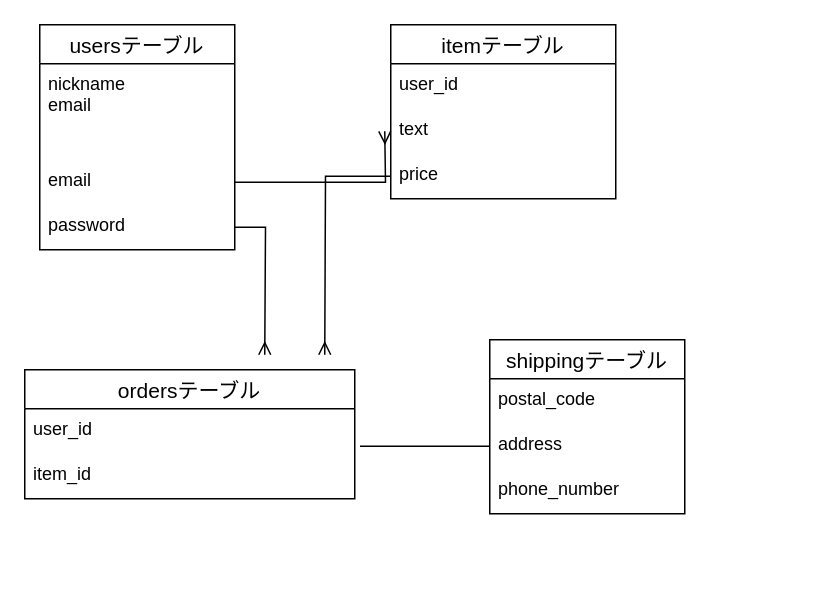
takahito1970/furima-34985 keeps this draw.io diagram as furima.dio. Above is the earlier version. Source tidied: cells renumbered, new cells numbered last; positions are measured from the earlier drawing's top-left corner, leaving out a move shared by most shapes. Both pictures are drawn from the tidied source at 150%, with x=0, y=0 at pixel (24, 24).
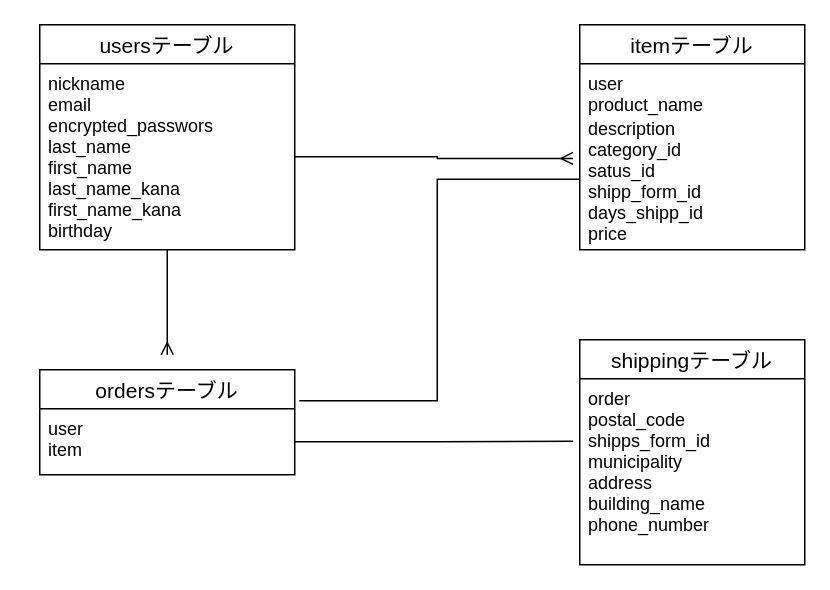
The same diagram, later.

Diff of the diagram source:
```diff
@@
     <mxCell id="2" value="ordersテーブル" style="swimlane;fontStyle=0;horizontal=1;startSize=26;align=center;fontSize=14;" parent="1" vertex="1">
-      <mxGeometry y="230" width="220" height="86" as="geometry" />
+      <mxGeometry x="10" y="230" width="170" height="70" as="geometry" />
     </mxCell>
-    <mxCell id="3" value="user_id" style="text;strokeColor=none;fillColor=none;spacingLeft=4;spacingRight=4;overflow=hidden;points=[[0,0.5],[1,0.5]];portConstraint=eastwest;fontSize=12;" parent="2" vertex="1">
-      <mxGeometry y="26" width="220" height="30" as="geometry" />
+    <mxCell id="3" value="user&#10;item" style="text;strokeColor=none;fillColor=none;spacingLeft=4;spacingRight=4;overflow=hidden;points=[[0,0.5],[1,0.5]];portConstraint=eastwest;fontSize=12;" parent="2" vertex="1">
+      <mxGeometry y="26" width="170" height="44" as="geometry" />
     </mxCell>
-    <mxCell id="4" value="item_id" style="text;strokeColor=none;fillColor=none;spacingLeft=4;spacingRight=4;overflow=hidden;fontSize=12;" parent="2" vertex="1">
-      <mxGeometry y="56" width="220" height="30" as="geometry" />
-    </mxCell>
     <mxCell id="5" value="itemテーブル" style="swimlane;fontStyle=0;horizontal=1;startSize=26;align=center;fontSize=14;" parent="1" vertex="1">
-      <mxGeometry x="244" width="150" height="116" as="geometry" />
+      <mxGeometry x="370" width="150" height="150" as="geometry" />
     </mxCell>
-    <mxCell id="6" value="user_id" style="text;strokeColor=none;fillColor=none;spacingLeft=4;spacingRight=4;overflow=hidden;fontSize=12;" parent="5" vertex="1">
+    <mxCell id="6" value="user&#10;product_name&#10;" style="text;strokeColor=none;fillColor=none;spacingLeft=4;spacingRight=4;overflow=hidden;fontSize=12;" parent="5" vertex="1">
       <mxGeometry y="26" width="150" height="30" as="geometry" />
     </mxCell>
-    <mxCell id="7" value="text" style="text;strokeColor=none;fillColor=none;spacingLeft=4;spacingRight=4;overflow=hidden;points=[[0,0.5],[1,0.5]];portConstraint=eastwest;fontSize=12;" parent="5" vertex="1">
-      <mxGeometry y="56" width="150" height="30" as="geometry" />
+    <mxCell id="7" value="description&#10;category_id&#10;satus_id&#10;shipp_form_id&#10;days_shipp_id&#10;price" style="text;strokeColor=none;fillColor=none;spacingLeft=4;spacingRight=4;overflow=hidden;points=[[0,0.5],[1,0.5]];portConstraint=eastwest;fontSize=12;" parent="5" vertex="1">
+      <mxGeometry y="56" width="150" height="94" as="geometry" />
     </mxCell>
-    <mxCell id="8" value="price" style="text;strokeColor=none;fillColor=none;spacingLeft=4;spacingRight=4;overflow=hidden;points=[[0,0.5],[1,0.5]];portConstraint=eastwest;fontSize=12;" parent="5" vertex="1">
-      <mxGeometry y="86" width="150" height="30" as="geometry" />
-    </mxCell>
     <mxCell id="9" value="shippingテーブル" style="swimlane;fontStyle=0;horizontal=1;startSize=26;align=center;fontSize=14;" parent="1" vertex="1">
-      <mxGeometry x="310" y="210" width="130" height="116" as="geometry" />
+      <mxGeometry x="370" y="210" width="150" height="150" as="geometry" />
     </mxCell>
-    <mxCell id="10" value="postal_code" style="text;strokeColor=none;fillColor=none;spacingLeft=4;spacingRight=4;overflow=hidden;points=[[0,0.5],[1,0.5]];portConstraint=eastwest;fontSize=12;" parent="9" vertex="1">
-      <mxGeometry y="26" width="130" height="30" as="geometry" />
+    <mxCell id="10" value="order&#10;postal_code&#10;shipps_form_id&#10;municipality&#10;address&#10;building_name&#10;phone_number" style="text;strokeColor=none;fillColor=none;spacingLeft=4;spacingRight=4;overflow=hidden;points=[[0,0.5],[1,0.5]];portConstraint=eastwest;fontSize=12;" parent="9" vertex="1">
+      <mxGeometry y="26" width="150" height="124" as="geometry" />
     </mxCell>
-    <mxCell id="11" value="address" style="text;strokeColor=none;fillColor=none;spacingLeft=4;spacingRight=4;overflow=hidden;points=[[0,0.5],[1,0.5]];portConstraint=eastwest;fontSize=12;" parent="9" vertex="1">
-      <mxGeometry y="56" width="130" height="30" as="geometry" />
-    </mxCell>
-    <mxCell id="12" value="phone_number" style="text;strokeColor=none;fillColor=none;spacingLeft=4;spacingRight=4;overflow=hidden;fontSize=12;" parent="9" vertex="1">
-      <mxGeometry y="86" width="130" height="30" as="geometry" />
-    </mxCell>
+    <mxCell id="21" style="edgeStyle=orthogonalEdgeStyle;rounded=0;jettySize=auto;html=1;endArrow=ERmany;endFill=0;" parent="1" edge="1" source="13">
+      <mxGeometry relative="1" as="geometry">
+        <mxPoint x="95" y="220" as="targetPoint" />
+      </mxGeometry>
+    </mxCell>
     <mxCell id="13" value="usersテーブル" style="swimlane;fontStyle=0;horizontal=1;startSize=26;align=center;fontSize=14;" parent="1" vertex="1">
-      <mxGeometry x="10" width="130" height="150" as="geometry" />
+      <mxGeometry x="10" width="170" height="150" as="geometry" />
     </mxCell>
-    <mxCell id="14" value="nickname&#10;email&#10;" style="text;strokeColor=none;fillColor=none;spacingLeft=4;spacingRight=4;overflow=hidden;points=[[0,0.5],[1,0.5]];portConstraint=eastwest;fontSize=12;" parent="13" vertex="1">
-      <mxGeometry y="26" width="130" height="64" as="geometry" />
+    <mxCell id="14" value="nickname&#10;email&#10;encrypted_passwors&#10;last_name&#10;first_name&#10;last_name_kana&#10;first_name_kana&#10;birthday&#10;&#10;" style="text;strokeColor=none;fillColor=none;spacingLeft=4;spacingRight=4;overflow=hidden;points=[[0,0.5],[1,0.5]];portConstraint=eastwest;fontSize=12;" parent="13" vertex="1">
+      <mxGeometry y="26" width="170" height="124" as="geometry" />
     </mxCell>
-    <mxCell id="15" value="email" style="text;strokeColor=none;fillColor=none;spacingLeft=4;spacingRight=4;overflow=hidden;points=[[0,0.5],[1,0.5]];portConstraint=eastwest;fontSize=12;" parent="13" vertex="1">
-      <mxGeometry y="90" width="130" height="30" as="geometry" />
-    </mxCell>
-    <mxCell id="16" value="password" style="text;strokeColor=none;fillColor=none;spacingLeft=4;spacingRight=4;overflow=hidden;points=[[0,0.5],[1,0.5]];portConstraint=eastwest;fontSize=12;" parent="13" vertex="1">
-      <mxGeometry y="120" width="130" height="30" as="geometry" />
-    </mxCell>
-    <mxCell id="17" style="edgeStyle=orthogonalEdgeStyle;rounded=0;jettySize=auto;html=1;exitX=1;exitY=0.5;exitDx=0;exitDy=0;endArrow=ERmany;endFill=0;" parent="1" edge="1" source="15">
-      <mxGeometry relative="1" as="geometry">
-        <mxPoint x="240" y="71" as="targetPoint" />
-      </mxGeometry>
-    </mxCell>
-    <mxCell id="18" style="edgeStyle=orthogonalEdgeStyle;rounded=0;jettySize=auto;html=1;exitX=1;exitY=0.5;exitDx=0;exitDy=0;endArrow=ERmany;endFill=0;" parent="1" edge="1" source="16">
-      <mxGeometry relative="1" as="geometry">
-        <mxPoint x="160" y="220" as="targetPoint" />
-      </mxGeometry>
-    </mxCell>
-    <mxCell id="19" style="edgeStyle=orthogonalEdgeStyle;rounded=0;jettySize=auto;html=1;exitX=0;exitY=0.5;exitDx=0;exitDy=0;endArrow=ERmany;endFill=0;" parent="1" edge="1" source="8">
-      <mxGeometry relative="1" as="geometry">
-        <mxPoint x="200" y="220" as="targetPoint" />
-      </mxGeometry>
-    </mxCell>
-    <mxCell id="20" style="edgeStyle=orthogonalEdgeStyle;rounded=0;jettySize=auto;html=1;exitX=0;exitY=0.5;exitDx=0;exitDy=0;entryX=1.016;entryY=0.835;entryDx=0;entryDy=0;entryPerimeter=0;endArrow=none;endFill=0;" parent="1" edge="1" source="11" target="3">
-      <mxGeometry relative="1" as="geometry" />
-    </mxCell>
+    <mxCell id="22" style="edgeStyle=orthogonalEdgeStyle;rounded=0;jettySize=auto;html=1;exitX=1;exitY=0.5;exitDx=0;exitDy=0;entryX=-0.03;entryY=0.352;entryDx=0;entryDy=0;entryPerimeter=0;endArrow=ERmany;endFill=0;" parent="1" edge="1" source="14" target="7">
+      <mxGeometry relative="1" as="geometry" />
+    </mxCell>
+    <mxCell id="23" style="edgeStyle=orthogonalEdgeStyle;rounded=0;jettySize=auto;html=1;exitX=1;exitY=0.5;exitDx=0;exitDy=0;entryX=-0.029;entryY=0.336;entryDx=0;entryDy=0;entryPerimeter=0;endArrow=none;endFill=0;" parent="1" edge="1" source="3" target="10">
+      <mxGeometry relative="1" as="geometry" />
+    </mxCell>
+    <mxCell id="24" style="edgeStyle=orthogonalEdgeStyle;rounded=0;jettySize=auto;html=1;exitX=0;exitY=0.5;exitDx=0;exitDy=0;entryX=1.018;entryY=-0.121;entryDx=0;entryDy=0;entryPerimeter=0;endArrow=none;endFill=0;" parent="1" edge="1" source="7" target="3">
+      <mxGeometry relative="1" as="geometry" />
+    </mxCell>
```
